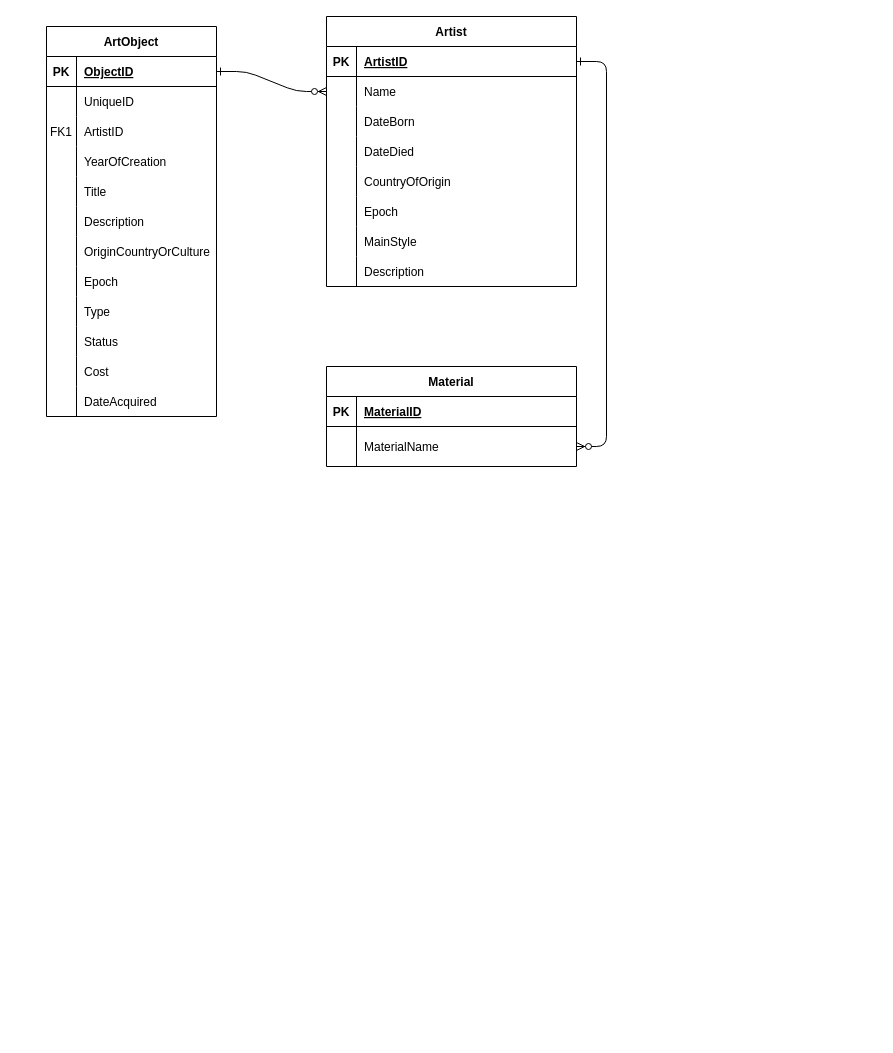
Above: 未命名绘图.drawio in QingyangZeng-121/dat (draw.io), before the change. Source tidied: cells renumbered, new cells numbered last; positions are measured from the earlier drawing's top-left corner, leaving out a move shared by most shapes. Both pictures are drawn from the tidied source at 100%, with x=0, y=0 at pixel (46, 16).
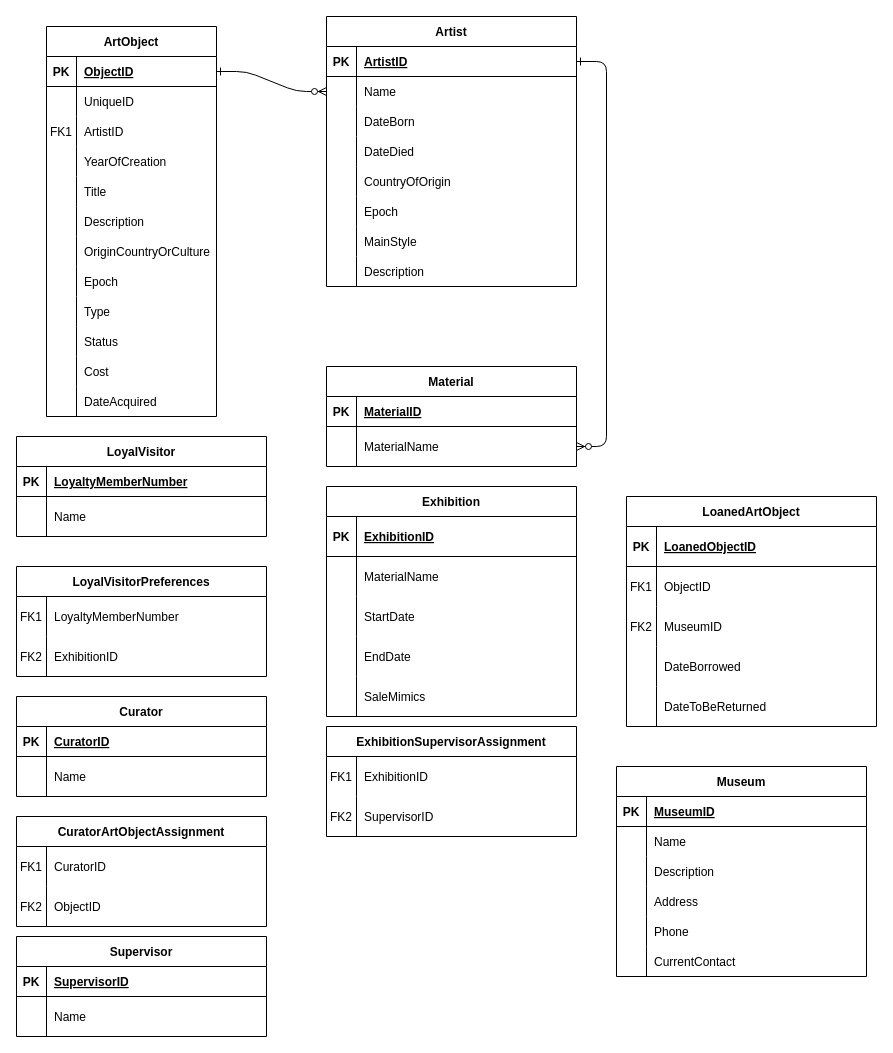
The same diagram, later.

Diff of the diagram source:
```diff
@@
+    <mxCell id="73" value="Exhibition" style="shape=table;startSize=30;childLayout=tableLayout;rowLines=0;fontStyle=1;align=center;" parent="1" vertex="1">
+      <mxGeometry x="280" y="470" width="250" height="230" as="geometry" />
+    </mxCell>
+    <mxCell id="74" style="shape=partialRectangle;fillColor=none;top=0;left=0;right=0;bottom=1;" parent="73" vertex="1">
+      <mxGeometry y="30" width="250" height="40" as="geometry" />
+    </mxCell>
+    <mxCell id="75" value="PK" style="shape=partialRectangle;overflow=hidden;fillColor=none;top=0;left=0;bottom=0;right=0;fontStyle=1;" parent="74" vertex="1">
+      <mxGeometry width="30" height="40" as="geometry" />
+    </mxCell>
+    <mxCell id="76" value="ExhibitionID" style="shape=partialRectangle;overflow=hidden;fillColor=none;top=0;left=0;bottom=0;right=0;align=left;spacingLeft=6;fontStyle=5;" parent="74" vertex="1">
+      <mxGeometry x="30" width="220" height="40" as="geometry" />
+    </mxCell>
+    <mxCell id="77" style="shape=partialRectangle;fillColor=none;top=0;left=0;right=0;bottom=0;" parent="73" vertex="1">
+      <mxGeometry y="70" width="250" height="40" as="geometry" />
+    </mxCell>
+    <mxCell id="78" style="shape=partialRectangle;overflow=hidden;fillColor=none;top=0;left=0;bottom=0;right=0;" parent="77" vertex="1">
+      <mxGeometry width="30" height="40" as="geometry" />
+    </mxCell>
+    <mxCell id="79" value="MaterialName" style="shape=partialRectangle;overflow=hidden;fillColor=none;top=0;left=0;bottom=0;right=0;align=left;spacingLeft=6;" parent="77" vertex="1">
+      <mxGeometry x="30" width="220" height="40" as="geometry" />
+    </mxCell>
+    <mxCell id="80" style="shape=partialRectangle;fillColor=none;top=0;left=0;right=0;bottom=0;" parent="73" vertex="1">
+      <mxGeometry y="110" width="250" height="40" as="geometry" />
+    </mxCell>
+    <mxCell id="81" style="shape=partialRectangle;overflow=hidden;fillColor=none;top=0;left=0;bottom=0;right=0;" parent="80" vertex="1">
+      <mxGeometry width="30" height="40" as="geometry" />
+    </mxCell>
+    <mxCell id="82" value="StartDate" style="shape=partialRectangle;overflow=hidden;fillColor=none;top=0;left=0;bottom=0;right=0;align=left;spacingLeft=6;" parent="80" vertex="1">
+      <mxGeometry x="30" width="220" height="40" as="geometry" />
+    </mxCell>
+    <mxCell id="83" style="shape=partialRectangle;fillColor=none;top=0;left=0;right=0;bottom=0;" parent="73" vertex="1">
+      <mxGeometry y="150" width="250" height="40" as="geometry" />
+    </mxCell>
+    <mxCell id="84" style="shape=partialRectangle;overflow=hidden;fillColor=none;top=0;left=0;bottom=0;right=0;" parent="83" vertex="1">
+      <mxGeometry width="30" height="40" as="geometry" />
+    </mxCell>
+    <mxCell id="85" value="EndDate" style="shape=partialRectangle;overflow=hidden;fillColor=none;top=0;left=0;bottom=0;right=0;align=left;spacingLeft=6;" parent="83" vertex="1">
+      <mxGeometry x="30" width="220" height="40" as="geometry" />
+    </mxCell>
+    <mxCell id="86" style="shape=partialRectangle;fillColor=none;top=0;left=0;right=0;bottom=0;" parent="73" vertex="1">
+      <mxGeometry y="190" width="250" height="40" as="geometry" />
+    </mxCell>
+    <mxCell id="87" style="shape=partialRectangle;overflow=hidden;fillColor=none;top=0;left=0;bottom=0;right=0;" parent="86" vertex="1">
+      <mxGeometry width="30" height="40" as="geometry" />
+    </mxCell>
+    <mxCell id="88" value="SaleMimics " style="shape=partialRectangle;overflow=hidden;fillColor=none;top=0;left=0;bottom=0;right=0;align=left;spacingLeft=6;" parent="86" vertex="1">
+      <mxGeometry x="30" width="220" height="40" as="geometry" />
+    </mxCell>
+    <mxCell id="89" value="LoyalVisitor" style="shape=table;startSize=30;childLayout=tableLayout;rowLines=0;fontStyle=1;align=center;" parent="1" vertex="1">
+      <mxGeometry x="-30" y="420" width="250" height="100" as="geometry" />
+    </mxCell>
+    <mxCell id="90" style="shape=partialRectangle;fillColor=none;top=0;left=0;right=0;bottom=1;" parent="89" vertex="1">
+      <mxGeometry y="30" width="250" height="30" as="geometry" />
+    </mxCell>
+    <mxCell id="91" value="PK" style="shape=partialRectangle;overflow=hidden;fillColor=none;top=0;left=0;bottom=0;right=0;fontStyle=1;" parent="90" vertex="1">
+      <mxGeometry width="30" height="30" as="geometry" />
+    </mxCell>
+    <mxCell id="92" value="LoyaltyMemberNumber" style="shape=partialRectangle;overflow=hidden;fillColor=none;top=0;left=0;bottom=0;right=0;align=left;spacingLeft=6;fontStyle=5;" parent="90" vertex="1">
+      <mxGeometry x="30" width="220" height="30" as="geometry" />
+    </mxCell>
+    <mxCell id="93" style="shape=partialRectangle;fillColor=none;top=0;left=0;right=0;bottom=0;" parent="89" vertex="1">
+      <mxGeometry y="60" width="250" height="40" as="geometry" />
+    </mxCell>
+    <mxCell id="94" style="shape=partialRectangle;overflow=hidden;fillColor=none;top=0;left=0;bottom=0;right=0;" parent="93" vertex="1">
+      <mxGeometry width="30" height="40" as="geometry" />
+    </mxCell>
+    <mxCell id="95" value="Name" style="shape=partialRectangle;overflow=hidden;fillColor=none;top=0;left=0;bottom=0;right=0;align=left;spacingLeft=6;" parent="93" vertex="1">
+      <mxGeometry x="30" width="220" height="40" as="geometry" />
+    </mxCell>
+    <mxCell id="96" value="LoyalVisitorPreferences" style="shape=table;startSize=30;childLayout=tableLayout;rowLines=0;fontStyle=1;align=center;" parent="1" vertex="1">
+      <mxGeometry x="-30" y="550" width="250" height="110" as="geometry" />
+    </mxCell>
+    <mxCell id="97" style="shape=partialRectangle;fillColor=none;top=0;left=0;right=0;bottom=0;" parent="96" vertex="1">
+      <mxGeometry y="30" width="250" height="40" as="geometry" />
+    </mxCell>
+    <mxCell id="98" value="FK1" style="shape=partialRectangle;overflow=hidden;fillColor=none;top=0;left=0;bottom=0;right=0;" parent="97" vertex="1">
+      <mxGeometry width="30" height="40" as="geometry" />
+    </mxCell>
+    <mxCell id="99" value="LoyaltyMemberNumber" style="shape=partialRectangle;overflow=hidden;fillColor=none;top=0;left=0;bottom=0;right=0;align=left;spacingLeft=6;" parent="97" vertex="1">
+      <mxGeometry x="30" width="220" height="40" as="geometry" />
+    </mxCell>
+    <mxCell id="100" style="shape=partialRectangle;fillColor=none;top=0;left=0;right=0;bottom=0;" parent="96" vertex="1">
+      <mxGeometry y="70" width="250" height="40" as="geometry" />
+    </mxCell>
+    <mxCell id="101" value="FK2" style="shape=partialRectangle;overflow=hidden;fillColor=none;top=0;left=0;bottom=0;right=0;" parent="100" vertex="1">
+      <mxGeometry width="30" height="40" as="geometry" />
+    </mxCell>
+    <mxCell id="102" value="ExhibitionID" style="shape=partialRectangle;overflow=hidden;fillColor=none;top=0;left=0;bottom=0;right=0;align=left;spacingLeft=6;" parent="100" vertex="1">
+      <mxGeometry x="30" width="220" height="40" as="geometry" />
+    </mxCell>
+    <mxCell id="103" value="Curator" style="shape=table;startSize=30;childLayout=tableLayout;rowLines=0;fontStyle=1;align=center;" parent="1" vertex="1">
+      <mxGeometry x="-30" y="680" width="250" height="100" as="geometry" />
+    </mxCell>
+    <mxCell id="104" style="shape=partialRectangle;fillColor=none;top=0;left=0;right=0;bottom=1;" parent="103" vertex="1">
+      <mxGeometry y="30" width="250" height="30" as="geometry" />
+    </mxCell>
+    <mxCell id="105" value="PK" style="shape=partialRectangle;overflow=hidden;fillColor=none;top=0;left=0;bottom=0;right=0;fontStyle=1;" parent="104" vertex="1">
+      <mxGeometry width="30" height="30" as="geometry" />
+    </mxCell>
+    <mxCell id="106" value="CuratorID" style="shape=partialRectangle;overflow=hidden;fillColor=none;top=0;left=0;bottom=0;right=0;align=left;spacingLeft=6;fontStyle=5;" parent="104" vertex="1">
+      <mxGeometry x="30" width="220" height="30" as="geometry" />
+    </mxCell>
+    <mxCell id="107" style="shape=partialRectangle;fillColor=none;top=0;left=0;right=0;bottom=0;" parent="103" vertex="1">
+      <mxGeometry y="60" width="250" height="40" as="geometry" />
+    </mxCell>
+    <mxCell id="108" style="shape=partialRectangle;overflow=hidden;fillColor=none;top=0;left=0;bottom=0;right=0;" parent="107" vertex="1">
+      <mxGeometry width="30" height="40" as="geometry" />
+    </mxCell>
+    <mxCell id="109" value="Name" style="shape=partialRectangle;overflow=hidden;fillColor=none;top=0;left=0;bottom=0;right=0;align=left;spacingLeft=6;" parent="107" vertex="1">
+      <mxGeometry x="30" width="220" height="40" as="geometry" />
+    </mxCell>
+    <mxCell id="110" value="CuratorArtObjectAssignment" style="shape=table;startSize=30;childLayout=tableLayout;rowLines=0;fontStyle=1;align=center;" parent="1" vertex="1">
+      <mxGeometry x="-30" y="800" width="250" height="110" as="geometry" />
+    </mxCell>
+    <mxCell id="111" style="shape=partialRectangle;fillColor=none;top=0;left=0;right=0;bottom=0;" parent="110" vertex="1">
+      <mxGeometry y="30" width="250" height="40" as="geometry" />
+    </mxCell>
+    <mxCell id="112" value="FK1" style="shape=partialRectangle;overflow=hidden;fillColor=none;top=0;left=0;bottom=0;right=0;" parent="111" vertex="1">
+      <mxGeometry width="30" height="40" as="geometry" />
+    </mxCell>
+    <mxCell id="113" value="CuratorID" style="shape=partialRectangle;overflow=hidden;fillColor=none;top=0;left=0;bottom=0;right=0;align=left;spacingLeft=6;" parent="111" vertex="1">
+      <mxGeometry x="30" width="220" height="40" as="geometry" />
+    </mxCell>
+    <mxCell id="114" style="shape=partialRectangle;fillColor=none;top=0;left=0;right=0;bottom=0;" parent="110" vertex="1">
+      <mxGeometry y="70" width="250" height="40" as="geometry" />
+    </mxCell>
+    <mxCell id="115" value="FK2" style="shape=partialRectangle;overflow=hidden;fillColor=none;top=0;left=0;bottom=0;right=0;" parent="114" vertex="1">
+      <mxGeometry width="30" height="40" as="geometry" />
+    </mxCell>
+    <mxCell id="116" value="ObjectID" style="shape=partialRectangle;overflow=hidden;fillColor=none;top=0;left=0;bottom=0;right=0;align=left;spacingLeft=6;" parent="114" vertex="1">
+      <mxGeometry x="30" width="220" height="40" as="geometry" />
+    </mxCell>
+    <mxCell id="117" value="Supervisor" style="shape=table;startSize=30;childLayout=tableLayout;rowLines=0;fontStyle=1;align=center;" parent="1" vertex="1">
+      <mxGeometry x="-30" y="920" width="250" height="100" as="geometry" />
+    </mxCell>
+    <mxCell id="118" style="shape=partialRectangle;fillColor=none;top=0;left=0;right=0;bottom=1;" parent="117" vertex="1">
+      <mxGeometry y="30" width="250" height="30" as="geometry" />
+    </mxCell>
+    <mxCell id="119" value="PK" style="shape=partialRectangle;overflow=hidden;fillColor=none;top=0;left=0;bottom=0;right=0;fontStyle=1;" parent="118" vertex="1">
+      <mxGeometry width="30" height="30" as="geometry" />
+    </mxCell>
+    <mxCell id="120" value="SupervisorID" style="shape=partialRectangle;overflow=hidden;fillColor=none;top=0;left=0;bottom=0;right=0;align=left;spacingLeft=6;fontStyle=5;" parent="118" vertex="1">
+      <mxGeometry x="30" width="220" height="30" as="geometry" />
+    </mxCell>
+    <mxCell id="121" style="shape=partialRectangle;fillColor=none;top=0;left=0;right=0;bottom=0;" parent="117" vertex="1">
+      <mxGeometry y="60" width="250" height="40" as="geometry" />
+    </mxCell>
+    <mxCell id="122" style="shape=partialRectangle;overflow=hidden;fillColor=none;top=0;left=0;bottom=0;right=0;" parent="121" vertex="1">
+      <mxGeometry width="30" height="40" as="geometry" />
+    </mxCell>
+    <mxCell id="123" value="Name" style="shape=partialRectangle;overflow=hidden;fillColor=none;top=0;left=0;bottom=0;right=0;align=left;spacingLeft=6;" parent="121" vertex="1">
+      <mxGeometry x="30" width="220" height="40" as="geometry" />
+    </mxCell>
+    <mxCell id="124" value="ExhibitionSupervisorAssignment" style="shape=table;startSize=30;childLayout=tableLayout;rowLines=0;fontStyle=1;align=center;" parent="1" vertex="1">
+      <mxGeometry x="280" y="710" width="250" height="110" as="geometry" />
+    </mxCell>
+    <mxCell id="125" style="shape=partialRectangle;fillColor=none;top=0;left=0;right=0;bottom=0;" parent="124" vertex="1">
+      <mxGeometry y="30" width="250" height="40" as="geometry" />
+    </mxCell>
+    <mxCell id="126" value="FK1" style="shape=partialRectangle;overflow=hidden;fillColor=none;top=0;left=0;bottom=0;right=0;" parent="125" vertex="1">
+      <mxGeometry width="30" height="40" as="geometry" />
+    </mxCell>
+    <mxCell id="127" value="ExhibitionID" style="shape=partialRectangle;overflow=hidden;fillColor=none;top=0;left=0;bottom=0;right=0;align=left;spacingLeft=6;" parent="125" vertex="1">
+      <mxGeometry x="30" width="220" height="40" as="geometry" />
+    </mxCell>
+    <mxCell id="128" style="shape=partialRectangle;fillColor=none;top=0;left=0;right=0;bottom=0;" parent="124" vertex="1">
+      <mxGeometry y="70" width="250" height="40" as="geometry" />
+    </mxCell>
+    <mxCell id="129" value="FK2" style="shape=partialRectangle;overflow=hidden;fillColor=none;top=0;left=0;bottom=0;right=0;" parent="128" vertex="1">
+      <mxGeometry width="30" height="40" as="geometry" />
+    </mxCell>
+    <mxCell id="130" value="SupervisorID" style="shape=partialRectangle;overflow=hidden;fillColor=none;top=0;left=0;bottom=0;right=0;align=left;spacingLeft=6;" parent="128" vertex="1">
+      <mxGeometry x="30" width="220" height="40" as="geometry" />
+    </mxCell>
+    <mxCell id="131" value="Museum" style="shape=table;startSize=30;childLayout=tableLayout;rowLines=0;fontStyle=1;align=center;" parent="1" vertex="1">
+      <mxGeometry x="570" y="750" width="250" height="210" as="geometry" />
+    </mxCell>
+    <mxCell id="132" style="shape=partialRectangle;fillColor=none;top=0;left=0;right=0;bottom=1;" parent="131" vertex="1">
+      <mxGeometry y="30" width="250" height="30" as="geometry" />
+    </mxCell>
+    <mxCell id="133" value="PK" style="shape=partialRectangle;overflow=hidden;fillColor=none;top=0;left=0;bottom=0;right=0;fontStyle=1;" parent="132" vertex="1">
+      <mxGeometry width="30" height="30" as="geometry" />
+    </mxCell>
+    <mxCell id="134" value="MuseumID" style="shape=partialRectangle;overflow=hidden;fillColor=none;top=0;left=0;bottom=0;right=0;align=left;spacingLeft=6;fontStyle=5;" parent="132" vertex="1">
+      <mxGeometry x="30" width="220" height="30" as="geometry" />
+    </mxCell>
+    <mxCell id="135" style="shape=partialRectangle;fillColor=none;top=0;left=0;right=0;bottom=0;" parent="131" vertex="1">
+      <mxGeometry y="60" width="250" height="30" as="geometry" />
+    </mxCell>
+    <mxCell id="136" style="shape=partialRectangle;overflow=hidden;fillColor=none;top=0;left=0;bottom=0;right=0;" parent="135" vertex="1">
+      <mxGeometry width="30" height="30" as="geometry" />
+    </mxCell>
+    <mxCell id="137" value="Name" style="shape=partialRectangle;overflow=hidden;fillColor=none;top=0;left=0;bottom=0;right=0;align=left;spacingLeft=6;" parent="135" vertex="1">
+      <mxGeometry x="30" width="220" height="30" as="geometry" />
+    </mxCell>
+    <mxCell id="138" style="shape=partialRectangle;fillColor=none;top=0;left=0;right=0;bottom=0;" parent="131" vertex="1">
+      <mxGeometry y="90" width="250" height="30" as="geometry" />
+    </mxCell>
+    <mxCell id="139" style="shape=partialRectangle;overflow=hidden;fillColor=none;top=0;left=0;bottom=0;right=0;" parent="138" vertex="1">
+      <mxGeometry width="30" height="30" as="geometry" />
+    </mxCell>
+    <mxCell id="140" value="Description" style="shape=partialRectangle;overflow=hidden;fillColor=none;top=0;left=0;bottom=0;right=0;align=left;spacingLeft=6;" parent="138" vertex="1">
+      <mxGeometry x="30" width="220" height="30" as="geometry" />
+    </mxCell>
+    <mxCell id="141" style="shape=partialRectangle;fillColor=none;top=0;left=0;right=0;bottom=0;" parent="131" vertex="1">
+      <mxGeometry y="120" width="250" height="30" as="geometry" />
+    </mxCell>
+    <mxCell id="142" style="shape=partialRectangle;overflow=hidden;fillColor=none;top=0;left=0;bottom=0;right=0;" parent="141" vertex="1">
+      <mxGeometry width="30" height="30" as="geometry" />
+    </mxCell>
+    <mxCell id="143" value="Address" style="shape=partialRectangle;overflow=hidden;fillColor=none;top=0;left=0;bottom=0;right=0;align=left;spacingLeft=6;" parent="141" vertex="1">
+      <mxGeometry x="30" width="220" height="30" as="geometry" />
+    </mxCell>
+    <mxCell id="144" style="shape=partialRectangle;fillColor=none;top=0;left=0;right=0;bottom=0;" parent="131" vertex="1">
+      <mxGeometry y="150" width="250" height="30" as="geometry" />
+    </mxCell>
+    <mxCell id="145" style="shape=partialRectangle;overflow=hidden;fillColor=none;top=0;left=0;bottom=0;right=0;" parent="144" vertex="1">
+      <mxGeometry width="30" height="30" as="geometry" />
+    </mxCell>
+    <mxCell id="146" value="Phone" style="shape=partialRectangle;overflow=hidden;fillColor=none;top=0;left=0;bottom=0;right=0;align=left;spacingLeft=6;" parent="144" vertex="1">
+      <mxGeometry x="30" width="220" height="30" as="geometry" />
+    </mxCell>
+    <mxCell id="147" style="shape=partialRectangle;fillColor=none;top=0;left=0;right=0;bottom=0;" parent="131" vertex="1">
+      <mxGeometry y="180" width="250" height="30" as="geometry" />
+    </mxCell>
+    <mxCell id="148" style="shape=partialRectangle;overflow=hidden;fillColor=none;top=0;left=0;bottom=0;right=0;" parent="147" vertex="1">
+      <mxGeometry width="30" height="30" as="geometry" />
+    </mxCell>
+    <mxCell id="149" value="CurrentContact" style="shape=partialRectangle;overflow=hidden;fillColor=none;top=0;left=0;bottom=0;right=0;align=left;spacingLeft=6;" parent="147" vertex="1">
+      <mxGeometry x="30" width="220" height="30" as="geometry" />
+    </mxCell>
+    <mxCell id="150" value="LoanedArtObject" style="shape=table;startSize=30;childLayout=tableLayout;rowLines=0;fontStyle=1;align=center;" parent="1" vertex="1">
+      <mxGeometry x="580" y="480" width="250" height="230" as="geometry" />
+    </mxCell>
+    <mxCell id="151" style="shape=partialRectangle;fillColor=none;top=0;left=0;right=0;bottom=1;" parent="150" vertex="1">
+      <mxGeometry y="30" width="250" height="40" as="geometry" />
+    </mxCell>
+    <mxCell id="152" value="PK" style="shape=partialRectangle;overflow=hidden;fillColor=none;top=0;left=0;bottom=0;right=0;fontStyle=1;" parent="151" vertex="1">
+      <mxGeometry width="30" height="40" as="geometry" />
+    </mxCell>
+    <mxCell id="153" value="LoanedObjectID" style="shape=partialRectangle;overflow=hidden;fillColor=none;top=0;left=0;bottom=0;right=0;align=left;spacingLeft=6;fontStyle=5;" parent="151" vertex="1">
+      <mxGeometry x="30" width="220" height="40" as="geometry" />
+    </mxCell>
+    <mxCell id="154" style="shape=partialRectangle;fillColor=none;top=0;left=0;right=0;bottom=0;" parent="150" vertex="1">
+      <mxGeometry y="70" width="250" height="40" as="geometry" />
+    </mxCell>
+    <mxCell id="155" value="FK1" style="shape=partialRectangle;overflow=hidden;fillColor=none;top=0;left=0;bottom=0;right=0;" parent="154" vertex="1">
+      <mxGeometry width="30" height="40" as="geometry" />
+    </mxCell>
+    <mxCell id="156" value="ObjectID" style="shape=partialRectangle;overflow=hidden;fillColor=none;top=0;left=0;bottom=0;right=0;align=left;spacingLeft=6;" parent="154" vertex="1">
+      <mxGeometry x="30" width="220" height="40" as="geometry" />
+    </mxCell>
+    <mxCell id="157" style="shape=partialRectangle;fillColor=none;top=0;left=0;right=0;bottom=0;" parent="150" vertex="1">
+      <mxGeometry y="110" width="250" height="40" as="geometry" />
+    </mxCell>
+    <mxCell id="158" value="FK2" style="shape=partialRectangle;overflow=hidden;fillColor=none;top=0;left=0;bottom=0;right=0;" parent="157" vertex="1">
+      <mxGeometry width="30" height="40" as="geometry" />
+    </mxCell>
+    <mxCell id="159" value="MuseumID" style="shape=partialRectangle;overflow=hidden;fillColor=none;top=0;left=0;bottom=0;right=0;align=left;spacingLeft=6;" parent="157" vertex="1">
+      <mxGeometry x="30" width="220" height="40" as="geometry" />
+    </mxCell>
+    <mxCell id="160" style="shape=partialRectangle;fillColor=none;top=0;left=0;right=0;bottom=0;" parent="150" vertex="1">
+      <mxGeometry y="150" width="250" height="40" as="geometry" />
+    </mxCell>
+    <mxCell id="161" style="shape=partialRectangle;overflow=hidden;fillColor=none;top=0;left=0;bottom=0;right=0;" parent="160" vertex="1">
+      <mxGeometry width="30" height="40" as="geometry" />
+    </mxCell>
+    <mxCell id="162" value="DateBorrowed" style="shape=partialRectangle;overflow=hidden;fillColor=none;top=0;left=0;bottom=0;right=0;align=left;spacingLeft=6;" parent="160" vertex="1">
+      <mxGeometry x="30" width="220" height="40" as="geometry" />
+    </mxCell>
+    <mxCell id="163" style="shape=partialRectangle;fillColor=none;top=0;left=0;right=0;bottom=0;" parent="150" vertex="1">
+      <mxGeometry y="190" width="250" height="40" as="geometry" />
+    </mxCell>
+    <mxCell id="164" style="shape=partialRectangle;overflow=hidden;fillColor=none;top=0;left=0;bottom=0;right=0;" parent="163" vertex="1">
+      <mxGeometry width="30" height="40" as="geometry" />
+    </mxCell>
+    <mxCell id="165" value="DateToBeReturned" style="shape=partialRectangle;overflow=hidden;fillColor=none;top=0;left=0;bottom=0;right=0;align=left;spacingLeft=6;" parent="163" vertex="1">
+      <mxGeometry x="30" width="220" height="40" as="geometry" />
+    </mxCell>
```
